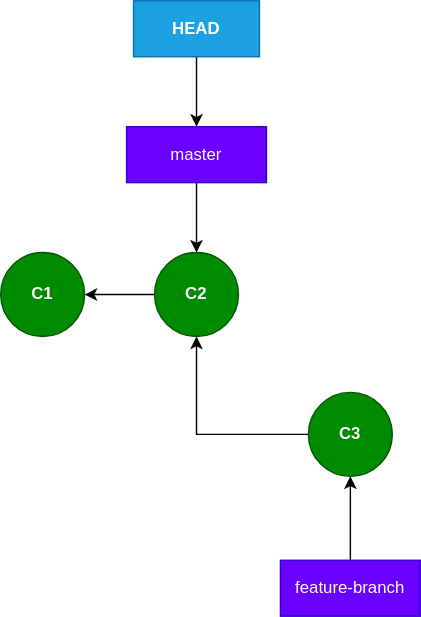
Earlier version of the draw.io export img/c3-checkout-master.svg (gbroques/git-internals-presentation). Source tidied: cells renumbered, new cells last; positions are measured from the earlier drawing's top-left corner, leaving out a move shared by most shapes. The source it was exported from:
```xml
<mxGraphModel>
  <root>
    <mxCell id="0" />
    <mxCell id="1" parent="0" />
    <mxCell id="2" value="C1" style="ellipse;whiteSpace=wrap;html=1;fillColor=#008a00;strokeColor=#005700;fontColor=#ffffff;fontStyle=1;" parent="1" vertex="1">
      <mxGeometry y="180" width="60" height="60" as="geometry" />
    </mxCell>
    <mxCell id="3" style="edgeStyle=orthogonalEdgeStyle;rounded=0;jettySize=auto;html=1;" parent="1" edge="1" source="4" target="12">
      <mxGeometry relative="1" as="geometry" />
    </mxCell>
    <mxCell id="4" value="&lt;b&gt;HEAD&lt;/b&gt;" style="rounded=0;whiteSpace=wrap;html=1;fillColor=#1ba1e2;strokeColor=#006EAF;fontColor=#ffffff;" parent="1" vertex="1">
      <mxGeometry x="95" width="90" height="40" as="geometry" />
    </mxCell>
    <mxCell id="5" style="edgeStyle=orthogonalEdgeStyle;rounded=0;jettySize=auto;html=1;" parent="1" edge="1" source="6" target="2">
      <mxGeometry relative="1" as="geometry" />
    </mxCell>
    <mxCell id="6" value="C2" style="ellipse;whiteSpace=wrap;html=1;fillColor=#008a00;strokeColor=#005700;fontColor=#ffffff;fontStyle=1;" parent="1" vertex="1">
      <mxGeometry x="110" y="180" width="60" height="60" as="geometry" />
    </mxCell>
    <mxCell id="7" style="edgeStyle=orthogonalEdgeStyle;rounded=0;jettySize=auto;html=1;entryX=0.5;entryY=1;entryDx=0;entryDy=0;" parent="1" edge="1" source="8" target="6">
      <mxGeometry relative="1" as="geometry" />
    </mxCell>
    <mxCell id="8" value="C3" style="ellipse;whiteSpace=wrap;html=1;fillColor=#008a00;strokeColor=#005700;fontColor=#ffffff;fontStyle=1;" parent="1" vertex="1">
      <mxGeometry x="220" y="280" width="60" height="60" as="geometry" />
    </mxCell>
    <mxCell id="9" style="edgeStyle=orthogonalEdgeStyle;rounded=0;jettySize=auto;html=1;entryX=0.5;entryY=1;entryDx=0;entryDy=0;" parent="1" edge="1" source="10" target="8">
      <mxGeometry relative="1" as="geometry" />
    </mxCell>
    <mxCell id="10" value="feature-branch" style="rounded=0;whiteSpace=wrap;html=1;fillColor=#6a00ff;strokeColor=#3700CC;fontColor=#ffffff;" parent="1" vertex="1">
      <mxGeometry x="200" y="400" width="100" height="40" as="geometry" />
    </mxCell>
    <mxCell id="11" style="edgeStyle=orthogonalEdgeStyle;rounded=0;jettySize=auto;html=1;entryX=0.5;entryY=0;entryDx=0;entryDy=0;" parent="1" edge="1" source="12" target="6">
      <mxGeometry relative="1" as="geometry" />
    </mxCell>
    <mxCell id="12" value="master" style="rounded=0;whiteSpace=wrap;html=1;fillColor=#6a00ff;strokeColor=#3700CC;fontColor=#ffffff;" parent="1" vertex="1">
      <mxGeometry x="90" y="90" width="100" height="40" as="geometry" />
    </mxCell>
  </root>
</mxGraphModel>
```
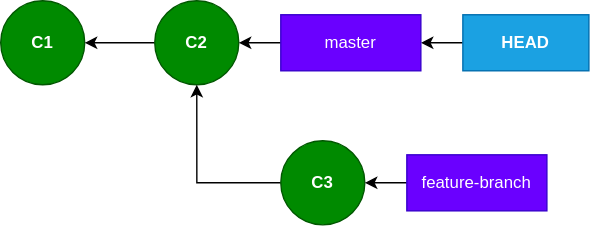
Later version of the same file.

What changed in the source:
```diff
@@ -9,7 +9,7 @@
       <mxGeometry relative="1" as="geometry" />
     </mxCell>
     <mxCell id="4" value="&lt;b&gt;HEAD&lt;/b&gt;" style="rounded=0;whiteSpace=wrap;html=1;fillColor=#1ba1e2;strokeColor=#006EAF;fontColor=#ffffff;" parent="1" vertex="1">
-      <mxGeometry x="95" width="90" height="40" as="geometry" />
+      <mxGeometry x="330" y="190" width="90" height="40" as="geometry" />
     </mxCell>
     <mxCell id="5" style="edgeStyle=orthogonalEdgeStyle;rounded=0;jettySize=auto;html=1;" parent="1" edge="1" source="6" target="2">
       <mxGeometry relative="1" as="geometry" />
@@ -21,19 +21,19 @@
       <mxGeometry relative="1" as="geometry" />
     </mxCell>
     <mxCell id="8" value="C3" style="ellipse;whiteSpace=wrap;html=1;fillColor=#008a00;strokeColor=#005700;fontColor=#ffffff;fontStyle=1;" parent="1" vertex="1">
-      <mxGeometry x="220" y="280" width="60" height="60" as="geometry" />
+      <mxGeometry x="200" y="280" width="60" height="60" as="geometry" />
     </mxCell>
-    <mxCell id="9" style="edgeStyle=orthogonalEdgeStyle;rounded=0;jettySize=auto;html=1;entryX=0.5;entryY=1;entryDx=0;entryDy=0;" parent="1" edge="1" source="10" target="8">
+    <mxCell id="9" style="edgeStyle=orthogonalEdgeStyle;rounded=0;jettySize=auto;html=1;entryX=1;entryY=0.5;entryDx=0;entryDy=0;" parent="1" edge="1" source="10" target="8">
       <mxGeometry relative="1" as="geometry" />
     </mxCell>
     <mxCell id="10" value="feature-branch" style="rounded=0;whiteSpace=wrap;html=1;fillColor=#6a00ff;strokeColor=#3700CC;fontColor=#ffffff;" parent="1" vertex="1">
-      <mxGeometry x="200" y="400" width="100" height="40" as="geometry" />
+      <mxGeometry x="290" y="290" width="100" height="40" as="geometry" />
     </mxCell>
-    <mxCell id="11" style="edgeStyle=orthogonalEdgeStyle;rounded=0;jettySize=auto;html=1;entryX=0.5;entryY=0;entryDx=0;entryDy=0;" parent="1" edge="1" source="12" target="6">
+    <mxCell id="11" style="edgeStyle=none;html=1;entryX=1;entryY=0.5;entryDx=0;entryDy=0;" parent="1" edge="1" source="12" target="6">
       <mxGeometry relative="1" as="geometry" />
     </mxCell>
     <mxCell id="12" value="master" style="rounded=0;whiteSpace=wrap;html=1;fillColor=#6a00ff;strokeColor=#3700CC;fontColor=#ffffff;" parent="1" vertex="1">
-      <mxGeometry x="90" y="90" width="100" height="40" as="geometry" />
+      <mxGeometry x="200" y="190" width="100" height="40" as="geometry" />
     </mxCell>
   </root>
 </mxGraphModel>
```
